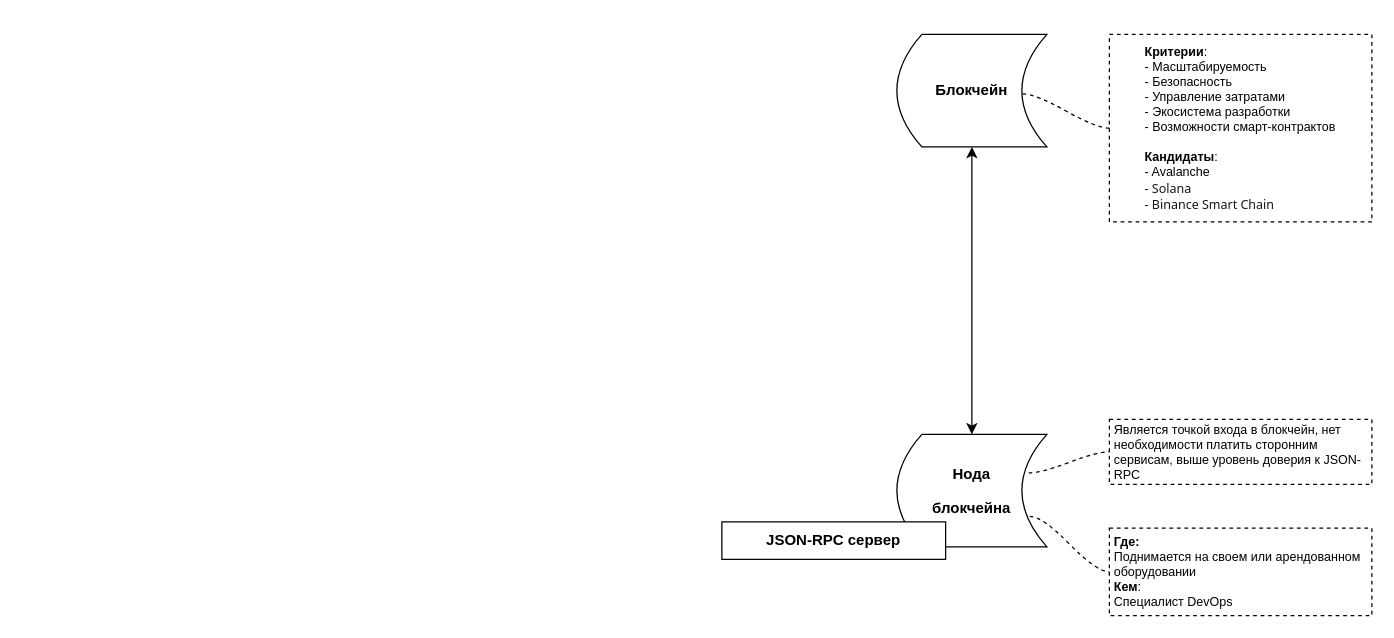
Before: RETM_MVP_extended.drawio in rpurei/RETM-Schemes, a draw.io diagram. Source tidied: cells renumbered, new cells numbered last; positions are measured from the earlier drawing's top-left corner, leaving out a move shared by most shapes. Both pictures are drawn from the tidied source at 125%, with x=0, y=0 at pixel (721, 34).
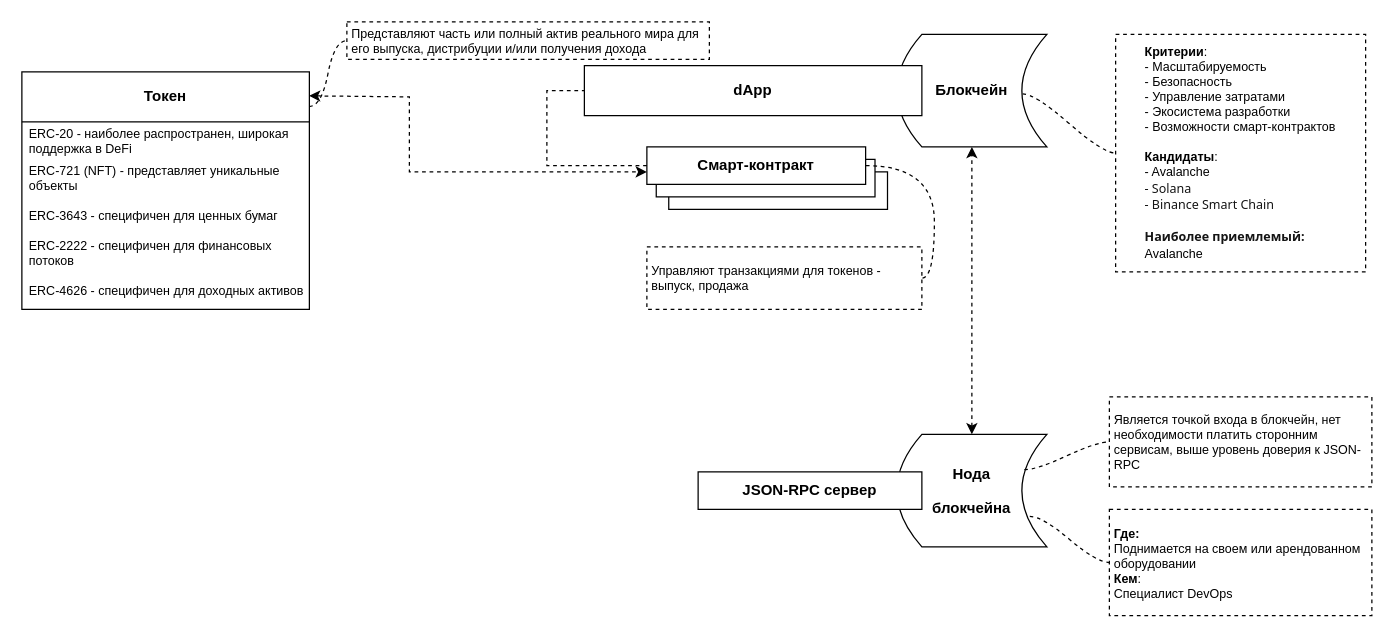
After the change.

The change refers to these unchanged cells:
```xml
<mxCell id="2" value="&lt;p align=&quot;center&quot; class=&quot;MsoNormal&quot;&gt;&lt;b&gt;Блокчейн&lt;/b&gt;&lt;/p&gt;" style="shape=dataStorage;whiteSpace=wrap;html=1;fixedSize=1;" parent="1" vertex="1">
  <mxGeometry x="140" width="120" height="90" as="geometry" />
</mxCell>
<mxCell id="3" value="&lt;p align=&quot;center&quot; class=&quot;MsoNormal&quot;&gt;&lt;b&gt;Нода&lt;/b&gt;&lt;/p&gt;&lt;p align=&quot;center&quot; class=&quot;MsoNormal&quot;&gt;&lt;b&gt;блокчейна&lt;/b&gt;&lt;/p&gt;" style="shape=dataStorage;whiteSpace=wrap;html=1;fixedSize=1;" parent="1" vertex="1">
  <mxGeometry x="140" y="320" width="120" height="90" as="geometry" />
</mxCell>
```

What changed in the source:
```diff
@@
-    <mxCell id="4" style="endArrow=classic;startArrow=classic;html=1;rounded=0;entryX=0.5;entryY=1;entryDx=0;entryDy=0;exitX=0.5;exitY=0;exitDx=0;exitDy=0;" parent="1" edge="1" source="3" target="2">
+    <mxCell id="4" style="endArrow=classic;startArrow=classic;html=1;rounded=0;entryX=0.5;entryY=1;entryDx=0;entryDy=0;exitX=0.5;exitY=0;exitDx=0;exitDy=0;dashed=1;" parent="1" edge="1" source="3" target="2">
       <mxGeometry relative="1" as="geometry" />
     </mxCell>
     <mxCell id="5" value="&lt;div style=&quot;font-size: 10px;&quot;&gt;&lt;b style=&quot;font-size: 10px;&quot;&gt;Где:&lt;/b&gt;&lt;/div&gt;&lt;div style=&quot;font-size: 10px;&quot;&gt;Поднимается на своем или арендованном оборудовании&lt;/div&gt;&lt;div style=&quot;font-size: 10px;&quot;&gt;&lt;b style=&quot;font-size: 10px;&quot;&gt;Кем&lt;/b&gt;:&lt;/div&gt;&lt;div style=&quot;font-size: 10px;&quot;&gt;Специалист DevOps&lt;/div&gt;" style="whiteSpace=wrap;html=1;rounded=0;arcSize=50;align=left;verticalAlign=middle;strokeWidth=1;spacing=4;newEdgeStyle={&quot;edgeStyle&quot;:&quot;entityRelationEdgeStyle&quot;,&quot;startArrow&quot;:&quot;none&quot;,&quot;endArrow&quot;:&quot;none&quot;,&quot;segment&quot;:10,&quot;curved&quot;:1,&quot;sourcePerimeterSpacing&quot;:0,&quot;targetPerimeterSpacing&quot;:0};dashed=1;fontSize=10;" parent="1" vertex="1" collapsed="1">
-      <mxGeometry x="310" y="395" width="210" height="70" as="geometry" />
+      <mxGeometry x="310" y="380" width="210" height="85" as="geometry" />
     </mxCell>
@@
     <mxCell id="7" value="&lt;p align=&quot;center&quot; class=&quot;MsoNormal&quot;&gt;&lt;b&gt;JSON-RPC сервер&lt;/b&gt;&lt;/p&gt;" style="rounded=0;whiteSpace=wrap;html=1;" parent="1" vertex="1">
-      <mxGeometry y="390" width="179" height="30" as="geometry" />
+      <mxGeometry x="-19" y="350" width="179" height="30" as="geometry" />
     </mxCell>
-    <mxCell id="8" value="&lt;div style=&quot;text-align: left; font-size: 10px;&quot;&gt;&lt;span style=&quot;background-color: initial; font-size: 10px;&quot;&gt;&lt;font style=&quot;font-size: 10px;&quot;&gt;&lt;b style=&quot;font-size: 10px;&quot;&gt;Критерии&lt;/b&gt;:&lt;/font&gt;&lt;/span&gt;&lt;/div&gt;&lt;div style=&quot;text-align: left; font-size: 10px;&quot;&gt;&lt;span style=&quot;background-color: initial; font-size: 10px;&quot;&gt;&lt;font style=&quot;font-size: 10px;&quot;&gt;- Масштабируемость&lt;/font&gt;&lt;/span&gt;&lt;/div&gt;&lt;div style=&quot;text-align: left; font-size: 10px;&quot;&gt;&lt;span style=&quot;background-color: initial; font-size: 10px;&quot;&gt;&lt;font style=&quot;font-size: 10px;&quot;&gt;- Безопасность&lt;/font&gt;&lt;/span&gt;&lt;/div&gt;&lt;div style=&quot;text-align: left; font-size: 10px;&quot;&gt;&lt;font style=&quot;font-size: 10px;&quot;&gt;- Управление затратами&lt;br style=&quot;font-size: 10px;&quot;&gt;&lt;/font&gt;&lt;/div&gt;&lt;div style=&quot;text-align: left; font-size: 10px;&quot;&gt;&lt;font style=&quot;font-size: 10px;&quot;&gt;- Экосистема разработки&lt;br style=&quot;font-size: 10px;&quot;&gt;&lt;/font&gt;&lt;/div&gt;&lt;div style=&quot;text-align: left; font-size: 10px;&quot;&gt;&lt;font style=&quot;font-size: 10px;&quot;&gt;- Возможности смарт-контрактов&lt;b style=&quot;font-size: 10px;&quot;&gt;&lt;br style=&quot;font-size: 10px;&quot;&gt;&lt;/b&gt;&lt;/font&gt;&lt;/div&gt;&lt;div style=&quot;text-align: left; font-size: 10px;&quot;&gt;&lt;font style=&quot;font-size: 10px;&quot;&gt;&lt;br style=&quot;font-size: 10px;&quot;&gt;&lt;/font&gt;&lt;/div&gt;&lt;div style=&quot;text-align: left; font-size: 10px;&quot;&gt;&lt;font style=&quot;font-size: 10px;&quot;&gt;&lt;b style=&quot;font-size: 10px;&quot;&gt;Кандидаты&lt;/b&gt;:&lt;/font&gt;&lt;/div&gt;&lt;div style=&quot;text-align: left; font-size: 10px;&quot;&gt;&lt;font style=&quot;font-size: 10px;&quot;&gt;- Avalanche&lt;/font&gt;&lt;/div&gt;&lt;div style=&quot;text-align: left; font-size: 10px;&quot;&gt;&lt;span style=&quot;font-weight: var(--ui-font-weight-bold); color: rgb(21, 21, 21); font-family: system-ui, -apple-system, BlinkMacSystemFont, &amp;quot;Segoe UI&amp;quot;, Roboto, Ubuntu, &amp;quot;Helvetica Neue&amp;quot;, Arial, sans-serif, &amp;quot;Apple Color Emoji&amp;quot;, &amp;quot;Segoe UI Emoji&amp;quot;, &amp;quot;Segoe UI Symbol&amp;quot;; font-size: 10px;&quot;&gt;&lt;font style=&quot;font-size: 10px;&quot;&gt;- Solana&lt;/font&gt;&lt;/span&gt;&lt;/div&gt;&lt;div style=&quot;text-align: left; font-size: 10px;&quot;&gt;&lt;span style=&quot;font-weight: var(--ui-font-weight-bold); color: rgb(21, 21, 21); font-family: system-ui, -apple-system, BlinkMacSystemFont, &amp;quot;Segoe UI&amp;quot;, Roboto, Ubuntu, &amp;quot;Helvetica Neue&amp;quot;, Arial, sans-serif, &amp;quot;Apple Color Emoji&amp;quot;, &amp;quot;Segoe UI Emoji&amp;quot;, &amp;quot;Segoe UI Symbol&amp;quot;; background-color: rgb(255, 255, 255); font-size: 10px;&quot;&gt;&lt;font style=&quot;font-size: 10px;&quot;&gt;- Binance Smart Chain&lt;/font&gt;&lt;/span&gt;&lt;br style=&quot;font-size: 10px;&quot;&gt;&lt;/div&gt;" style="whiteSpace=wrap;html=1;rounded=0;arcSize=50;align=center;verticalAlign=middle;strokeWidth=1;spacing=4;newEdgeStyle={&quot;edgeStyle&quot;:&quot;entityRelationEdgeStyle&quot;,&quot;startArrow&quot;:&quot;none&quot;,&quot;endArrow&quot;:&quot;none&quot;,&quot;segment&quot;:10,&quot;curved&quot;:1,&quot;sourcePerimeterSpacing&quot;:0,&quot;targetPerimeterSpacing&quot;:0};dashed=1;fontSize=10;" parent="1" vertex="1" collapsed="1">
-      <mxGeometry x="310" width="210" height="150" as="geometry" />
+    <mxCell id="8" value="&lt;div style=&quot;text-align: left; font-size: 10px;&quot;&gt;&lt;span style=&quot;background-color: initial; font-size: 10px;&quot;&gt;&lt;font style=&quot;font-size: 10px;&quot;&gt;&lt;b style=&quot;font-size: 10px;&quot;&gt;Критерии&lt;/b&gt;:&lt;/font&gt;&lt;/span&gt;&lt;/div&gt;&lt;div style=&quot;text-align: left; font-size: 10px;&quot;&gt;&lt;span style=&quot;background-color: initial; font-size: 10px;&quot;&gt;&lt;font style=&quot;font-size: 10px;&quot;&gt;- Масштабируемость&lt;/font&gt;&lt;/span&gt;&lt;/div&gt;&lt;div style=&quot;text-align: left; font-size: 10px;&quot;&gt;&lt;span style=&quot;background-color: initial; font-size: 10px;&quot;&gt;&lt;font style=&quot;font-size: 10px;&quot;&gt;- Безопасность&lt;/font&gt;&lt;/span&gt;&lt;/div&gt;&lt;div style=&quot;text-align: left; font-size: 10px;&quot;&gt;&lt;font style=&quot;font-size: 10px;&quot;&gt;- Управление затратами&lt;br style=&quot;font-size: 10px;&quot;&gt;&lt;/font&gt;&lt;/div&gt;&lt;div style=&quot;text-align: left; font-size: 10px;&quot;&gt;&lt;font style=&quot;font-size: 10px;&quot;&gt;- Экосистема разработки&lt;br style=&quot;font-size: 10px;&quot;&gt;&lt;/font&gt;&lt;/div&gt;&lt;div style=&quot;text-align: left; font-size: 10px;&quot;&gt;&lt;font style=&quot;font-size: 10px;&quot;&gt;- Возможности смарт-контрактов&lt;b style=&quot;font-size: 10px;&quot;&gt;&lt;br style=&quot;font-size: 10px;&quot;&gt;&lt;/b&gt;&lt;/font&gt;&lt;/div&gt;&lt;div style=&quot;text-align: left; font-size: 10px;&quot;&gt;&lt;font style=&quot;font-size: 10px;&quot;&gt;&lt;br style=&quot;font-size: 10px;&quot;&gt;&lt;/font&gt;&lt;/div&gt;&lt;div style=&quot;text-align: left; font-size: 10px;&quot;&gt;&lt;font style=&quot;font-size: 10px;&quot;&gt;&lt;b style=&quot;font-size: 10px;&quot;&gt;Кандидаты&lt;/b&gt;:&lt;/font&gt;&lt;/div&gt;&lt;div style=&quot;text-align: left; font-size: 10px;&quot;&gt;&lt;font style=&quot;font-size: 10px;&quot;&gt;- Avalanche&lt;/font&gt;&lt;/div&gt;&lt;div style=&quot;text-align: left; font-size: 10px;&quot;&gt;&lt;span style=&quot;font-weight: var(--ui-font-weight-bold); color: rgb(21, 21, 21); font-family: system-ui, -apple-system, BlinkMacSystemFont, &amp;quot;Segoe UI&amp;quot;, Roboto, Ubuntu, &amp;quot;Helvetica Neue&amp;quot;, Arial, sans-serif, &amp;quot;Apple Color Emoji&amp;quot;, &amp;quot;Segoe UI Emoji&amp;quot;, &amp;quot;Segoe UI Symbol&amp;quot;; font-size: 10px;&quot;&gt;&lt;font style=&quot;font-size: 10px;&quot;&gt;- Solana&lt;/font&gt;&lt;/span&gt;&lt;/div&gt;&lt;div style=&quot;text-align: left; font-size: 10px;&quot;&gt;&lt;span style=&quot;font-weight: var(--ui-font-weight-bold); color: rgb(21, 21, 21); font-family: system-ui, -apple-system, BlinkMacSystemFont, &amp;quot;Segoe UI&amp;quot;, Roboto, Ubuntu, &amp;quot;Helvetica Neue&amp;quot;, Arial, sans-serif, &amp;quot;Apple Color Emoji&amp;quot;, &amp;quot;Segoe UI Emoji&amp;quot;, &amp;quot;Segoe UI Symbol&amp;quot;; background-color: rgb(255, 255, 255); font-size: 10px;&quot;&gt;&lt;font style=&quot;font-size: 10px;&quot;&gt;- Binance Smart Chain&lt;/font&gt;&lt;/span&gt;&lt;br style=&quot;font-size: 10px;&quot;&gt;&lt;/div&gt;&lt;div style=&quot;text-align: left; font-size: 10px;&quot;&gt;&lt;span style=&quot;font-weight: var(--ui-font-weight-bold); color: rgb(21, 21, 21); font-family: system-ui, -apple-system, BlinkMacSystemFont, &amp;quot;Segoe UI&amp;quot;, Roboto, Ubuntu, &amp;quot;Helvetica Neue&amp;quot;, Arial, sans-serif, &amp;quot;Apple Color Emoji&amp;quot;, &amp;quot;Segoe UI Emoji&amp;quot;, &amp;quot;Segoe UI Symbol&amp;quot;; background-color: rgb(255, 255, 255); font-size: 10px;&quot;&gt;&lt;font style=&quot;font-size: 10px;&quot;&gt;&lt;br&gt;&lt;/font&gt;&lt;/span&gt;&lt;/div&gt;&lt;div style=&quot;text-align: left; font-size: 10px;&quot;&gt;&lt;span style=&quot;color: rgb(21, 21, 21); font-family: system-ui, -apple-system, BlinkMacSystemFont, &amp;quot;Segoe UI&amp;quot;, Roboto, Ubuntu, &amp;quot;Helvetica Neue&amp;quot;, Arial, sans-serif, &amp;quot;Apple Color Emoji&amp;quot;, &amp;quot;Segoe UI Emoji&amp;quot;, &amp;quot;Segoe UI Symbol&amp;quot;; background-color: rgb(255, 255, 255); font-size: 10px;&quot;&gt;&lt;font style=&quot;font-size: 10px;&quot;&gt;&lt;b&gt;Наиболее приемлемый:&lt;/b&gt;&lt;/font&gt;&lt;/span&gt;&lt;/div&gt;&lt;div style=&quot;text-align: left; font-size: 10px;&quot;&gt;Avalanche&lt;span style=&quot;font-weight: var(--ui-font-weight-bold); color: rgb(21, 21, 21); font-family: system-ui, -apple-system, BlinkMacSystemFont, &amp;quot;Segoe UI&amp;quot;, Roboto, Ubuntu, &amp;quot;Helvetica Neue&amp;quot;, Arial, sans-serif, &amp;quot;Apple Color Emoji&amp;quot;, &amp;quot;Segoe UI Emoji&amp;quot;, &amp;quot;Segoe UI Symbol&amp;quot;; background-color: rgb(255, 255, 255); font-size: 10px;&quot;&gt;&lt;font style=&quot;font-size: 10px;&quot;&gt;&lt;br&gt;&lt;/font&gt;&lt;/span&gt;&lt;/div&gt;" style="whiteSpace=wrap;html=1;rounded=0;arcSize=50;align=center;verticalAlign=middle;strokeWidth=1;spacing=4;newEdgeStyle={&quot;edgeStyle&quot;:&quot;entityRelationEdgeStyle&quot;,&quot;startArrow&quot;:&quot;none&quot;,&quot;endArrow&quot;:&quot;none&quot;,&quot;segment&quot;:10,&quot;curved&quot;:1,&quot;sourcePerimeterSpacing&quot;:0,&quot;targetPerimeterSpacing&quot;:0};dashed=1;fontSize=10;" parent="1" vertex="1" collapsed="1">
+      <mxGeometry x="315" width="200" height="190" as="geometry" />
     </mxCell>
@@
-    <mxCell id="10" value="&lt;div style=&quot;font-size: 10px;&quot;&gt;Является точкой входа в блокчейн, нет необходимости&amp;nbsp;&lt;span style=&quot;background-color: initial;&quot;&gt;платить сторонним сервисам,&amp;nbsp;&lt;/span&gt;&lt;span style=&quot;background-color: initial;&quot;&gt;выше уровень доверия к JSON-RPC&lt;/span&gt;&lt;/div&gt;" style="whiteSpace=wrap;html=1;rounded=0;arcSize=50;align=left;verticalAlign=middle;strokeWidth=1;spacing=4;newEdgeStyle={&quot;edgeStyle&quot;:&quot;entityRelationEdgeStyle&quot;,&quot;startArrow&quot;:&quot;none&quot;,&quot;endArrow&quot;:&quot;none&quot;,&quot;segment&quot;:10,&quot;curved&quot;:1,&quot;sourcePerimeterSpacing&quot;:0,&quot;targetPerimeterSpacing&quot;:0};dashed=1;" parent="1" vertex="1" collapsed="1">
-      <mxGeometry x="310" y="308" width="210" height="52" as="geometry" />
+    <mxCell id="10" value="&lt;div style=&quot;font-size: 10px;&quot;&gt;Управляют транзакциями для токенов - выпуск, продажа&lt;/div&gt;" style="whiteSpace=wrap;html=1;rounded=0;arcSize=50;align=left;verticalAlign=middle;strokeWidth=1;spacing=4;newEdgeStyle={&quot;edgeStyle&quot;:&quot;entityRelationEdgeStyle&quot;,&quot;startArrow&quot;:&quot;none&quot;,&quot;endArrow&quot;:&quot;none&quot;,&quot;segment&quot;:10,&quot;curved&quot;:1,&quot;sourcePerimeterSpacing&quot;:0,&quot;targetPerimeterSpacing&quot;:0};dashed=1;" parent="1" vertex="1" collapsed="1">
+      <mxGeometry x="-60" y="170" width="220" height="50" as="geometry" />
     </mxCell>
+    <mxCell id="12" value="&lt;p align=&quot;center&quot; class=&quot;MsoNormal&quot;&gt;&lt;b&gt;dApp&lt;/b&gt;&lt;/p&gt;" style="rounded=0;whiteSpace=wrap;html=1;" parent="1" vertex="1">
+      <mxGeometry x="-110" y="25" width="270" height="40" as="geometry" />
+    </mxCell>
+    <mxCell id="13" style="group;" parent="1" vertex="1">
+      <mxGeometry x="-60" y="90" width="192.5" height="50" as="geometry" />
+    </mxCell>
+    <mxCell id="14" value="&lt;p align=&quot;center&quot; class=&quot;MsoNormal&quot;&gt;&lt;br&gt;&lt;/p&gt;" style="rounded=0;whiteSpace=wrap;html=1;" parent="13" vertex="1">
+      <mxGeometry x="17.5" y="20" width="175" height="30" as="geometry" />
+    </mxCell>
+    <mxCell id="15" value="&lt;p align=&quot;center&quot; class=&quot;MsoNormal&quot;&gt;&lt;br&gt;&lt;/p&gt;" style="rounded=0;whiteSpace=wrap;html=1;" parent="13" vertex="1">
+      <mxGeometry x="7.5" y="10" width="175" height="30" as="geometry" />
+    </mxCell>
+    <mxCell id="16" value="&lt;p align=&quot;center&quot; class=&quot;MsoNormal&quot;&gt;&lt;b&gt;Смарт-контракт&lt;/b&gt;&lt;/p&gt;" style="rounded=0;whiteSpace=wrap;html=1;" parent="13" vertex="1">
+      <mxGeometry width="175" height="30" as="geometry" />
+    </mxCell>
-    <mxCell id="11" style="edgeStyle=entityRelationEdgeStyle;startArrow=none;endArrow=none;segment=10;curved=1;sourcePerimeterSpacing=0;targetPerimeterSpacing=0;rounded=0;dashed=1;exitX=0.879;exitY=0.343;exitDx=0;exitDy=0;exitPerimeter=0;" parent="1" edge="1" source="3" target="10">
+    <mxCell id="11" style="edgeStyle=entityRelationEdgeStyle;startArrow=none;endArrow=none;segment=10;curved=1;sourcePerimeterSpacing=0;targetPerimeterSpacing=0;rounded=0;dashed=1;exitX=1;exitY=0.5;exitDx=0;exitDy=0;" parent="1" edge="1" source="16" target="10">
       <mxGeometry relative="1" as="geometry" />
     </mxCell>
+    <mxCell id="17" style="endArrow=none;html=1;rounded=0;entryX=0;entryY=0.5;entryDx=0;entryDy=0;exitX=0;exitY=0.5;exitDx=0;exitDy=0;dashed=1;" parent="1" edge="1" source="16" target="12">
+      <mxGeometry relative="1" as="geometry">
+        <Array as="points">
+          <mxPoint x="-140" y="105" />
+          <mxPoint x="-140" y="45" />
+        </Array>
+      </mxGeometry>
+    </mxCell>
+    <mxCell id="18" value="&lt;div style=&quot;font-size: 10px;&quot;&gt;Является точкой входа в блокчейн, нет необходимости&amp;nbsp;&lt;span style=&quot;background-color: initial;&quot;&gt;платить сторонним сервисам,&amp;nbsp;&lt;/span&gt;&lt;span style=&quot;background-color: initial;&quot;&gt;выше уровень доверия к JSON-RPC&lt;/span&gt;&lt;/div&gt;" style="whiteSpace=wrap;html=1;rounded=0;arcSize=50;align=left;verticalAlign=middle;strokeWidth=1;spacing=4;newEdgeStyle={&quot;edgeStyle&quot;:&quot;entityRelationEdgeStyle&quot;,&quot;startArrow&quot;:&quot;none&quot;,&quot;endArrow&quot;:&quot;none&quot;,&quot;segment&quot;:10,&quot;curved&quot;:1,&quot;sourcePerimeterSpacing&quot;:0,&quot;targetPerimeterSpacing&quot;:0};dashed=1;" parent="1" vertex="1" collapsed="1">
+      <mxGeometry x="310" y="290" width="210" height="72" as="geometry" />
+    </mxCell>
+    <mxCell id="19" style="edgeStyle=entityRelationEdgeStyle;startArrow=none;endArrow=none;segment=10;curved=1;sourcePerimeterSpacing=0;targetPerimeterSpacing=0;rounded=0;dashed=1;exitX=0.85;exitY=0.314;exitDx=0;exitDy=0;exitPerimeter=0;" parent="1" edge="1" source="3" target="18">
+      <mxGeometry relative="1" as="geometry" />
+    </mxCell>
+    <mxCell id="20" value="&lt;b&gt;Токен&lt;/b&gt;" style="swimlane;fontStyle=0;horizontal=1;startSize=40;whiteSpace=wrap;html=1;" parent="1" vertex="1">
+      <mxGeometry x="-560" y="30" width="230" height="190" as="geometry" />
+    </mxCell>
+    <mxCell id="21" value="ERC-20 - наиболее распространен, широкая поддержка в DeFi" style="text;strokeColor=none;fillColor=none;align=left;verticalAlign=middle;spacingLeft=4;spacingRight=4;overflow=hidden;whiteSpace=wrap;html=1;fontColor=#000000;fontSize=10;" parent="20" vertex="1">
+      <mxGeometry y="40" width="230" height="30" as="geometry" />
+    </mxCell>
+    <mxCell id="22" value="ERC-721 (NFT) - представляет уникальные объекты" style="text;strokeColor=none;fillColor=none;align=left;verticalAlign=middle;spacingLeft=4;spacingRight=4;overflow=hidden;whiteSpace=wrap;html=1;labelBackgroundColor=default;fontColor=#000000;fontSize=10;" parent="20" vertex="1">
+      <mxGeometry y="70" width="230" height="30" as="geometry" />
+    </mxCell>
+    <mxCell id="23" value="ERC-3643 - специфичен для ценных бумаг" style="text;strokeColor=none;fillColor=none;align=left;verticalAlign=middle;spacingLeft=4;spacingRight=4;overflow=hidden;whiteSpace=wrap;html=1;labelBackgroundColor=default;fontColor=#000000;fontSize=10;" parent="20" vertex="1">
+      <mxGeometry y="100" width="230" height="30" as="geometry" />
+    </mxCell>
+    <mxCell id="24" value="ERC-2222 - специфичен для финансовых потоков" style="text;strokeColor=none;fillColor=none;align=left;verticalAlign=middle;spacingLeft=4;spacingRight=4;overflow=hidden;whiteSpace=wrap;html=1;labelBackgroundColor=default;fontColor=#000000;fontSize=10;" parent="20" vertex="1">
+      <mxGeometry y="130" width="230" height="30" as="geometry" />
+    </mxCell>
+    <mxCell id="25" value="ERC-4626 - специфичен для доходных активов" style="text;strokeColor=none;fillColor=none;align=left;verticalAlign=middle;spacingLeft=4;spacingRight=4;overflow=hidden;whiteSpace=wrap;html=1;labelBackgroundColor=default;fontColor=#000000;fontSize=10;" parent="20" vertex="1">
+      <mxGeometry y="160" width="230" height="30" as="geometry" />
+    </mxCell>
+    <mxCell id="26" style="endArrow=classic;startArrow=classic;dashed=1;html=1;rounded=0;exitX=0.999;exitY=0.101;exitDx=0;exitDy=0;exitPerimeter=0;" parent="1" edge="1" source="20">
+      <mxGeometry relative="1" as="geometry">
+        <mxPoint x="-60" y="110" as="targetPoint" />
+        <Array as="points">
+          <mxPoint x="-250" y="50" />
+          <mxPoint x="-250" y="110" />
+        </Array>
+      </mxGeometry>
+    </mxCell>
+    <mxCell id="27" value="&lt;div style=&quot;font-size: 10px;&quot;&gt;Представляют часть или полный актив реального мира для его выпуска, дистрибуции и/или получения дохода&lt;/div&gt;" style="whiteSpace=wrap;html=1;rounded=0;arcSize=50;align=left;verticalAlign=middle;strokeWidth=1;spacing=4;newEdgeStyle={&quot;edgeStyle&quot;:&quot;entityRelationEdgeStyle&quot;,&quot;startArrow&quot;:&quot;none&quot;,&quot;endArrow&quot;:&quot;none&quot;,&quot;segment&quot;:10,&quot;curved&quot;:1,&quot;sourcePerimeterSpacing&quot;:0,&quot;targetPerimeterSpacing&quot;:0};dashed=1;" parent="1" vertex="1" collapsed="1">
+      <mxGeometry x="-300" y="-10" width="290" height="30" as="geometry" />
+    </mxCell>
+    <mxCell id="28" style="edgeStyle=entityRelationEdgeStyle;startArrow=none;endArrow=none;segment=10;curved=1;sourcePerimeterSpacing=0;targetPerimeterSpacing=0;rounded=0;dashed=1;exitX=0.999;exitY=0.146;exitDx=0;exitDy=0;exitPerimeter=0;" parent="1" edge="1" source="20" target="27">
+      <mxGeometry relative="1" as="geometry" />
+    </mxCell>
```
